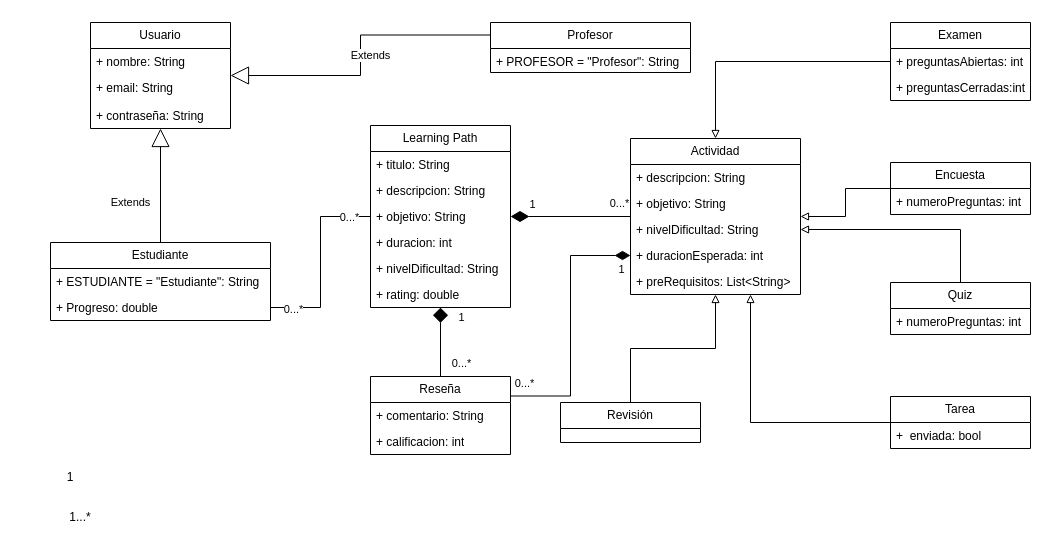
DPOOGrupo3/Proyecto1 keeps this draw.io diagram as Entrega 1/Untitled Diagram.drawio. Above is the earlier version. Source tidied: cells renumbered, new cells numbered last; positions are measured from the earlier drawing's top-left corner, leaving out a move shared by most shapes. Both pictures are drawn from the tidied source at 100%, with x=0, y=0 at pixel (40, 22).
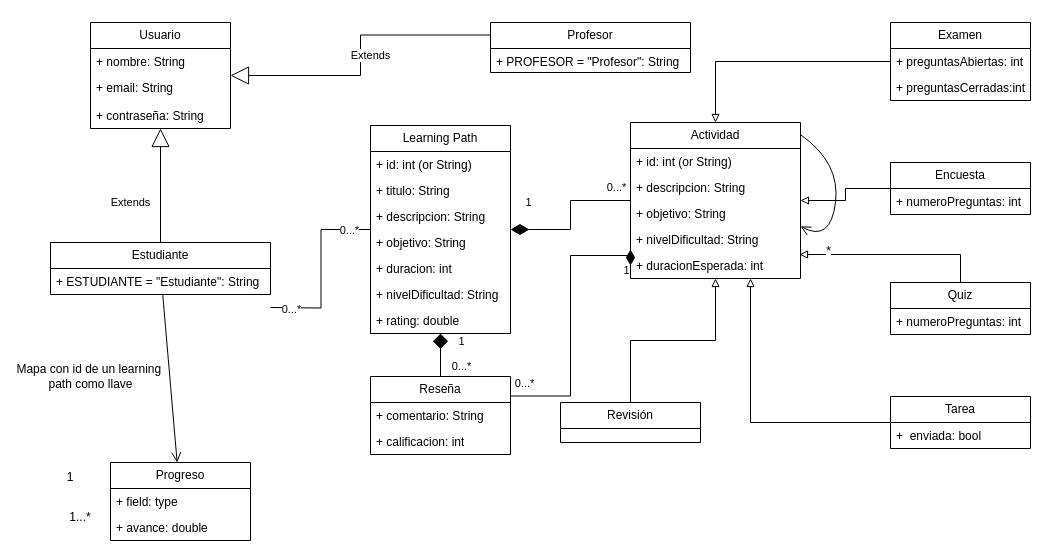
After the change.

Unchanged cells that the change refers to:
```xml
<mxCell id="46" value="Quiz" style="swimlane;fontStyle=0;horizontal=1;startSize=26;fillColor=none;whiteSpace=wrap;html=1;" parent="1" vertex="1">
  <mxGeometry x="850" y="260" width="140" height="52" as="geometry" />
</mxCell>
```

Diff of the diagram source:
```diff
@@
     <mxCell id="9" value="Learning Path" style="swimlane;fontStyle=0;horizontal=1;startSize=26;fillColor=none;whiteSpace=wrap;html=1;" parent="1" vertex="1">
-      <mxGeometry x="330" y="103" width="140" height="182" as="geometry" />
+      <mxGeometry x="330" y="103" width="140" height="208" as="geometry" />
     </mxCell>
-    <mxCell id="10" value="+ titulo: String" style="text;strokeColor=none;fillColor=none;align=left;verticalAlign=top;spacingLeft=4;spacingRight=4;overflow=hidden;whiteSpace=wrap;html=1;" parent="9" vertex="1">
+    <mxCell id="10" value="+ id: int (or String)" style="text;strokeColor=none;fillColor=none;align=left;verticalAlign=top;spacingLeft=4;spacingRight=4;overflow=hidden;whiteSpace=wrap;html=1;" parent="9" vertex="1">
       <mxGeometry y="26" width="140" height="26" as="geometry" />
     </mxCell>
+    <mxCell id="58" value="+ titulo: String" style="text;strokeColor=none;fillColor=none;align=left;verticalAlign=top;spacingLeft=4;spacingRight=4;overflow=hidden;whiteSpace=wrap;html=1;" parent="9" vertex="1">
+      <mxGeometry y="52" width="140" height="26" as="geometry" />
+    </mxCell>
     <mxCell id="11" value="+ descripcion: String" style="text;strokeColor=none;fillColor=none;align=left;verticalAlign=top;spacingLeft=4;spacingRight=4;overflow=hidden;whiteSpace=wrap;html=1;" parent="9" vertex="1">
-      <mxGeometry y="52" width="140" height="26" as="geometry" />
+      <mxGeometry y="78" width="140" height="26" as="geometry" />
     </mxCell>
     <mxCell id="12" value="+ objetivo: String" style="text;strokeColor=none;fillColor=none;align=left;verticalAlign=top;spacingLeft=4;spacingRight=4;overflow=hidden;whiteSpace=wrap;html=1;" parent="9" vertex="1">
-      <mxGeometry y="78" width="140" height="26" as="geometry" />
+      <mxGeometry y="104" width="140" height="26" as="geometry" />
     </mxCell>
     <mxCell id="13" value="+ duracion: int" style="text;strokeColor=none;fillColor=none;align=left;verticalAlign=top;spacingLeft=4;spacingRight=4;overflow=hidden;whiteSpace=wrap;html=1;" parent="9" vertex="1">
-      <mxGeometry y="104" width="140" height="26" as="geometry" />
+      <mxGeometry y="130" width="140" height="26" as="geometry" />
     </mxCell>
     <mxCell id="14" value="+ nivelDificultad: String" style="text;strokeColor=none;fillColor=none;align=left;verticalAlign=top;spacingLeft=4;spacingRight=4;overflow=hidden;whiteSpace=wrap;html=1;" parent="9" vertex="1">
-      <mxGeometry y="130" width="140" height="26" as="geometry" />
+      <mxGeometry y="156" width="140" height="26" as="geometry" />
     </mxCell>
     <mxCell id="15" value="+ rating: double&amp;nbsp;" style="text;strokeColor=none;fillColor=none;align=left;verticalAlign=top;spacingLeft=4;spacingRight=4;overflow=hidden;whiteSpace=wrap;html=1;" parent="9" vertex="1">
-      <mxGeometry y="156" width="140" height="26" as="geometry" />
+      <mxGeometry y="182" width="140" height="26" as="geometry" />
     </mxCell>
+    <mxCell id="59" style="edgeStyle=none;curved=1;rounded=0;jettySize=auto;html=1;fontSize=12;startSize=8;endSize=8;endArrow=open;endFill=0;" parent="1" edge="1" source="16" target="62">
+      <mxGeometry relative="1" as="geometry" />
+    </mxCell>
+    <mxCell id="60" value="Mapa con id de un learning&amp;nbsp;&lt;div&gt;path como llave&lt;/div&gt;" style="edgeLabel;html=1;align=center;verticalAlign=middle;fontSize=12;" parent="59" vertex="1">
+      <mxGeometry x="0.02" y="-3" relative="1" as="geometry">
+        <mxPoint x="-77" y="-4" as="offset" />
+      </mxGeometry>
+    </mxCell>
     <mxCell id="16" value="Estudiante" style="swimlane;fontStyle=0;horizontal=1;startSize=26;fillColor=none;whiteSpace=wrap;html=1;" parent="1" vertex="1">
-      <mxGeometry x="10" y="220" width="220" height="78" as="geometry" />
+      <mxGeometry x="10" y="220" width="220" height="52" as="geometry" />
     </mxCell>
@@
-    <mxCell id="18" value="+ Progreso: double" style="text;strokeColor=none;fillColor=none;align=left;verticalAlign=top;spacingLeft=4;spacingRight=4;overflow=hidden;points=[[0,0.5],[1,0.5]];portConstraint=eastwest;whiteSpace=wrap;html=1;" parent="16" vertex="1">
-      <mxGeometry y="52" width="220" height="26" as="geometry" />
-    </mxCell>
@@
     <mxCell id="24" value="Actividad" style="swimlane;fontStyle=0;horizontal=1;startSize=26;fillColor=none;whiteSpace=wrap;html=1;" parent="1" vertex="1">
-      <mxGeometry x="590" y="116" width="170" height="156" as="geometry" />
+      <mxGeometry x="590" y="100" width="170" height="156" as="geometry" />
     </mxCell>
-    <mxCell id="25" value="+ descripcion: String" style="text;strokeColor=none;fillColor=none;align=left;verticalAlign=top;spacingLeft=4;spacingRight=4;overflow=hidden;whiteSpace=wrap;html=1;" parent="24" vertex="1">
+    <mxCell id="25" value="+ id: int (or String)" style="text;strokeColor=none;fillColor=none;align=left;verticalAlign=top;spacingLeft=4;spacingRight=4;overflow=hidden;whiteSpace=wrap;html=1;" parent="24" vertex="1">
       <mxGeometry y="26" width="170" height="26" as="geometry" />
     </mxCell>
+    <mxCell id="61" value="+ descripcion: String" style="text;strokeColor=none;fillColor=none;align=left;verticalAlign=top;spacingLeft=4;spacingRight=4;overflow=hidden;whiteSpace=wrap;html=1;" parent="24" vertex="1">
+      <mxGeometry y="52" width="170" height="26" as="geometry" />
+    </mxCell>
     <mxCell id="26" value="+ objetivo: String" style="text;strokeColor=none;fillColor=none;align=left;verticalAlign=top;spacingLeft=4;spacingRight=4;overflow=hidden;whiteSpace=wrap;html=1;" parent="24" vertex="1">
-      <mxGeometry y="52" width="170" height="26" as="geometry" />
+      <mxGeometry y="78" width="170" height="26" as="geometry" />
     </mxCell>
     <mxCell id="27" value="+ nivelDificultad: String" style="text;strokeColor=none;fillColor=none;align=left;verticalAlign=top;spacingLeft=4;spacingRight=4;overflow=hidden;points=[[0,0.5],[1,0.5]];portConstraint=eastwest;whiteSpace=wrap;html=1;" parent="24" vertex="1">
-      <mxGeometry y="78" width="170" height="26" as="geometry" />
+      <mxGeometry y="104" width="170" height="26" as="geometry" />
     </mxCell>
     <mxCell id="28" value="+ duracionEsperada: int" style="text;strokeColor=none;fillColor=none;align=left;verticalAlign=top;spacingLeft=4;spacingRight=4;overflow=hidden;points=[[0,0.5],[1,0.5]];portConstraint=eastwest;whiteSpace=wrap;html=1;" parent="24" vertex="1">
-      <mxGeometry y="104" width="170" height="26" as="geometry" />
+      <mxGeometry y="130" width="170" height="26" as="geometry" />
     </mxCell>
-    <mxCell id="29" value="+ preRequisitos: List&amp;lt;String&amp;gt;" style="text;strokeColor=none;fillColor=none;align=left;verticalAlign=top;spacingLeft=4;spacingRight=4;overflow=hidden;whiteSpace=wrap;html=1;" parent="24" vertex="1">
-      <mxGeometry y="130" width="170" height="26" as="geometry" />
-    </mxCell>
@@
-    <mxCell id="37" style="edgeStyle=orthogonalEdgeStyle;rounded=0;jettySize=auto;html=1;exitX=1;exitY=0.5;exitDx=0;exitDy=0;endArrow=none;endFill=0;startArrow=none;startFill=0;" parent="1" edge="1" source="18" target="9">
-      <mxGeometry relative="1" as="geometry" />
+    <mxCell id="37" style="edgeStyle=orthogonalEdgeStyle;rounded=0;jettySize=auto;html=1;exitX=1;exitY=0.5;exitDx=0;exitDy=0;endArrow=none;endFill=0;startArrow=none;startFill=0;" parent="1" edge="1" target="9">
+      <mxGeometry relative="1" as="geometry">
+        <mxPoint x="230" y="285" as="sourcePoint" />
+      </mxGeometry>
     </mxCell>
@@
-    <mxCell id="45" style="edgeStyle=orthogonalEdgeStyle;rounded=0;jettySize=auto;html=1;entryX=1;entryY=0.5;entryDx=0;entryDy=0;endArrow=block;endFill=0;" parent="1" edge="1" source="46" target="27">
+    <mxCell id="45" style="edgeStyle=orthogonalEdgeStyle;rounded=0;jettySize=auto;html=1;entryX=0.994;entryY=1.077;entryDx=0;entryDy=0;endArrow=block;endFill=0;entryPerimeter=0;" parent="1" edge="1" source="46" target="27">
       <mxGeometry relative="1" as="geometry" />
     </mxCell>
@@
+    <mxCell id="62" value="Progreso" style="swimlane;fontStyle=0;horizontal=1;startSize=26;fillColor=none;whiteSpace=wrap;html=1;" parent="1" vertex="1">
+      <mxGeometry x="70" y="440" width="140" height="78" as="geometry" />
+    </mxCell>
+    <mxCell id="63" value="+ field: type" style="text;strokeColor=none;fillColor=none;align=left;verticalAlign=top;spacingLeft=4;spacingRight=4;overflow=hidden;whiteSpace=wrap;html=1;" parent="62" vertex="1">
+      <mxGeometry y="26" width="140" height="26" as="geometry" />
+    </mxCell>
+    <mxCell id="64" value="+ avance: double" style="text;strokeColor=none;fillColor=none;align=left;verticalAlign=top;spacingLeft=4;spacingRight=4;overflow=hidden;whiteSpace=wrap;html=1;" parent="62" vertex="1">
+      <mxGeometry y="52" width="140" height="26" as="geometry" />
+    </mxCell>
+    <mxCell id="65" style="edgeStyle=none;curved=1;rounded=0;orthogonalLoop=1;jettySize=auto;html=1;fontSize=12;startSize=8;endSize=8;endArrow=open;endFill=0;elbow=horizontal;" parent="1" edge="1">
+      <mxGeometry relative="1" as="geometry">
+        <mxPoint x="760" y="112.2" as="sourcePoint" />
+        <mxPoint x="760" y="203.8" as="targetPoint" />
+        <Array as="points">
+          <mxPoint x="800" y="140" />
+          <mxPoint x="790" y="220" />
+        </Array>
+      </mxGeometry>
+    </mxCell>
+    <mxCell id="66" value="*" style="edgeLabel;html=1;align=center;verticalAlign=middle;fontSize=12;" parent="65" vertex="1">
+      <mxGeometry x="0.56" y="-3" relative="1" as="geometry">
+        <mxPoint y="11" as="offset" />
+      </mxGeometry>
+    </mxCell>
```
